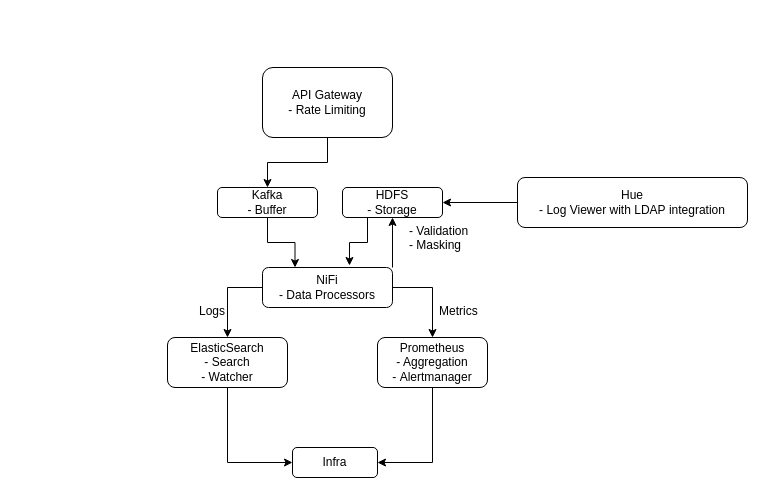
The draw.io diagram Untitled Diagram.drawio in EndymionUSA/vt, before the edit. Source tidied: cells renumbered, new cells numbered last; positions are measured from the earlier drawing's top-left corner, leaving out a move shared by most shapes. Both pictures are drawn from the tidied source at 100%, with x=0, y=0 at pixel (167, 67).
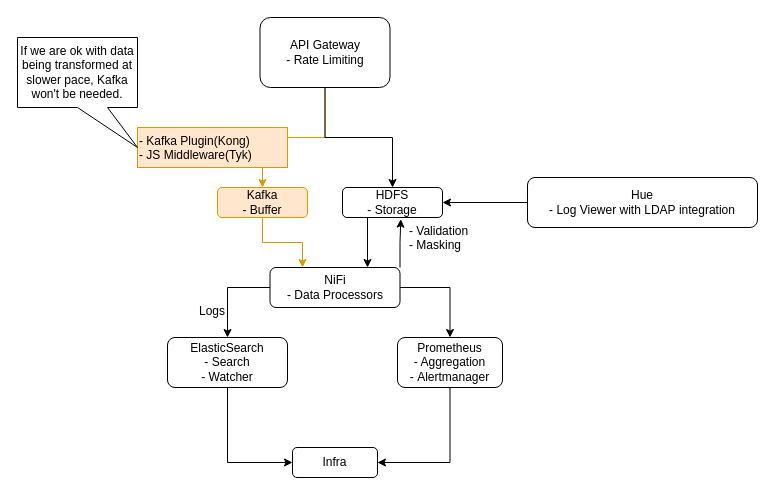
The same diagram, later.

The change refers to these unchanged cells:
```xml
<mxCell id="17" value="Infra" style="rounded=1;whiteSpace=wrap;html=1;" parent="1" vertex="1">
  <mxGeometry x="125" y="380" width="85" height="30" as="geometry" />
</mxCell>
<mxCell id="19" value="HDFS&lt;br&gt;- Storage" style="rounded=1;whiteSpace=wrap;html=1;" parent="1" vertex="1">
  <mxGeometry x="175" y="120" width="100" height="30" as="geometry" />
</mxCell>
```

Change to the diagram source:
```diff
@@
-    <mxCell id="2" style="edgeStyle=orthogonalEdgeStyle;rounded=0;jettySize=auto;html=1;exitX=0.5;exitY=1;exitDx=0;exitDy=0;entryX=0.5;entryY=0;entryDx=0;entryDy=0;" parent="1" edge="1" source="3" target="5">
+    <mxCell id="2" style="edgeStyle=orthogonalEdgeStyle;rounded=0;jettySize=auto;html=1;exitX=0.5;exitY=1;exitDx=0;exitDy=0;entryX=0.5;entryY=0;entryDx=0;entryDy=0;fillColor=#ffe6cc;strokeColor=#d79b00;" parent="1" edge="1" source="3" target="5">
       <mxGeometry relative="1" as="geometry" />
     </mxCell>
+    <mxCell id="22" style="edgeStyle=orthogonalEdgeStyle;rounded=0;jettySize=auto;html=1;exitX=0.5;exitY=1;exitDx=0;exitDy=0;entryX=0.5;entryY=0;entryDx=0;entryDy=0;" parent="1" edge="1" source="3" target="19">
+      <mxGeometry relative="1" as="geometry" />
+    </mxCell>
     <mxCell id="3" value="API Gateway&lt;br&gt;- Rate Limiting" style="rounded=1;whiteSpace=wrap;html=1;" parent="1" vertex="1">
-      <mxGeometry x="95" width="130" height="70" as="geometry" />
+      <mxGeometry x="92.5" y="-50" width="130" height="70" as="geometry" />
     </mxCell>
-    <mxCell id="4" style="edgeStyle=orthogonalEdgeStyle;rounded=0;jettySize=auto;html=1;exitX=0.5;exitY=1;exitDx=0;exitDy=0;entryX=0.25;entryY=0;entryDx=0;entryDy=0;" parent="1" edge="1" source="5" target="9">
+    <mxCell id="4" style="edgeStyle=orthogonalEdgeStyle;rounded=0;jettySize=auto;html=1;exitX=0.5;exitY=1;exitDx=0;exitDy=0;entryX=0.25;entryY=0;entryDx=0;entryDy=0;fillColor=#ffe6cc;strokeColor=#d79b00;" parent="1" edge="1" source="5" target="9">
       <mxGeometry relative="1" as="geometry" />
     </mxCell>
-    <mxCell id="5" value="Kafka&lt;br&gt;- Buffer" style="rounded=1;whiteSpace=wrap;html=1;" parent="1" vertex="1">
-      <mxGeometry x="50" y="120" width="100" height="30" as="geometry" />
+    <mxCell id="5" value="Kafka&lt;br&gt;- Buffer" style="rounded=1;whiteSpace=wrap;html=1;fillColor=#ffe6cc;strokeColor=#d79b00;" parent="1" vertex="1">
+      <mxGeometry x="50" y="120" width="90" height="30" as="geometry" />
     </mxCell>
@@
-    <mxCell id="8" style="edgeStyle=orthogonalEdgeStyle;rounded=0;jettySize=auto;html=1;exitX=1;exitY=0;exitDx=0;exitDy=0;entryX=0.5;entryY=1;entryDx=0;entryDy=0;" parent="1" edge="1" source="9" target="19">
+    <mxCell id="8" style="edgeStyle=orthogonalEdgeStyle;rounded=0;jettySize=auto;html=1;exitX=1;exitY=0;exitDx=0;exitDy=0;entryX=0.583;entryY=1.057;entryDx=0;entryDy=0;entryPerimeter=0;" parent="1" edge="1" source="9" target="19">
       <mxGeometry relative="1" as="geometry" />
     </mxCell>
     <mxCell id="9" value="NiFi&lt;br&gt;- Data Processors" style="rounded=1;whiteSpace=wrap;html=1;" parent="1" vertex="1">
-      <mxGeometry x="95" y="200" width="130" height="40" as="geometry" />
+      <mxGeometry x="102.5" y="200" width="130" height="40" as="geometry" />
     </mxCell>
@@
-    <mxCell id="12" style="edgeStyle=orthogonalEdgeStyle;rounded=0;jettySize=auto;html=1;entryX=1;entryY=0.5;entryDx=0;entryDy=0;" parent="1" edge="1" source="13" target="17">
+    <mxCell id="12" style="edgeStyle=orthogonalEdgeStyle;rounded=0;jettySize=auto;html=1;entryX=1;entryY=0.5;entryDx=0;entryDy=0;exitX=0.5;exitY=1;exitDx=0;exitDy=0;" parent="1" edge="1" source="13" target="17">
       <mxGeometry relative="1" as="geometry" />
     </mxCell>
     <mxCell id="13" value="Prometheus&lt;br&gt;- Aggregation&lt;br&gt;-&amp;nbsp;Alertmanager" style="rounded=1;whiteSpace=wrap;html=1;" parent="1" vertex="1">
-      <mxGeometry x="210" y="270" width="110" height="50" as="geometry" />
+      <mxGeometry x="230" y="270" width="105" height="50" as="geometry" />
     </mxCell>
-    <mxCell id="14" value="Metrics" style="text;whiteSpace=wrap;html=1;" parent="1" vertex="1">
-      <mxGeometry x="270" y="230" width="80" height="10" as="geometry" />
-    </mxCell>
@@
-    <mxCell id="18" style="edgeStyle=orthogonalEdgeStyle;rounded=0;jettySize=auto;html=1;exitX=0.25;exitY=1;exitDx=0;exitDy=0;entryX=0.669;entryY=-0.05;entryDx=0;entryDy=0;entryPerimeter=0;" parent="1" edge="1" source="19" target="9">
+    <mxCell id="18" style="edgeStyle=orthogonalEdgeStyle;rounded=0;jettySize=auto;html=1;exitX=0.25;exitY=1;exitDx=0;exitDy=0;entryX=0.75;entryY=0;entryDx=0;entryDy=0;" parent="1" edge="1" source="19" target="9">
       <mxGeometry relative="1" as="geometry" />
     </mxCell>
@@
     <mxCell id="21" value="Hue&lt;br&gt;- Log Viewer with LDAP&amp;nbsp;integration" style="rounded=1;whiteSpace=wrap;html=1;" parent="1" vertex="1">
-      <mxGeometry x="350" y="110" width="230" height="50" as="geometry" />
+      <mxGeometry x="360" y="110" width="230" height="50" as="geometry" />
     </mxCell>
+    <mxCell id="23" value="- Kafka&amp;nbsp;Plugin(Kong)&lt;br&gt;- JS Middleware(Tyk)" style="text;whiteSpace=wrap;html=1;fillColor=#ffe6cc;strokeColor=#d79b00;" parent="1" vertex="1">
+      <mxGeometry x="-30" y="60" width="150" height="40" as="geometry" />
+    </mxCell>
+    <mxCell id="24" value="If we are ok with data being transformed at slower pace, Kafka won't be needed." style="shape=callout;whiteSpace=wrap;html=1;perimeter=calloutPerimeter;base=30;position2=1;size=40;position=0.5;" parent="1" vertex="1">
+      <mxGeometry x="-150" y="-30" width="120" height="110" as="geometry" />
+    </mxCell>
```
